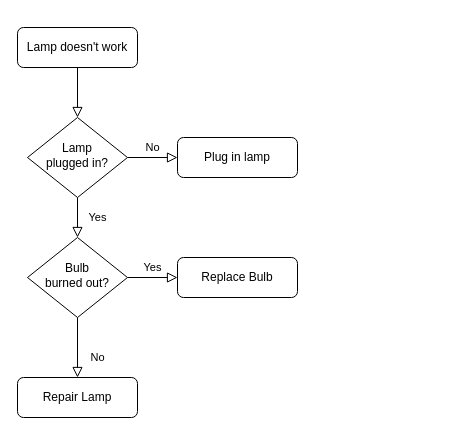
This is Test.drawio from mozss/LearnDiagramByDrawio, a draw.io file, before an edit. Source tidied: cells renumbered, new cells numbered last; positions are measured from the earlier drawing's top-left corner, leaving out a move shared by most shapes. Both pictures are drawn from the tidied source at 100%, with x=0, y=0 at pixel (17, 27).
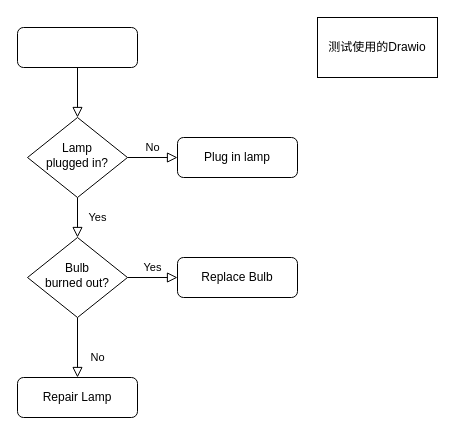
Above is the later version.

Change to the diagram source:
```diff
@@
 <mxGraphModel>
   <root>
     <mxCell id="0" />
     <mxCell id="1" parent="0" />
     <mxCell id="2" style="rounded=0;html=1;jettySize=auto;fontSize=11;endArrow=block;endFill=0;endSize=8;strokeWidth=1;shadow=0;labelBackgroundColor=none;edgeStyle=orthogonalEdgeStyle;" parent="1" edge="1" source="3" target="6">
       <mxGeometry relative="1" as="geometry" />
     </mxCell>
-    <mxCell id="3" value="Lamp doesn't work" style="rounded=1;whiteSpace=wrap;html=1;fontSize=12;glass=0;strokeWidth=1;shadow=0;" parent="1" vertex="1">
+    <mxCell id="3" style="rounded=1;whiteSpace=wrap;html=1;fontSize=12;glass=0;strokeWidth=1;shadow=0;" parent="1" vertex="1">
       <mxGeometry width="120" height="40" as="geometry" />
     </mxCell>
     <mxCell id="4" value="Yes" style="rounded=0;html=1;jettySize=auto;fontSize=11;endArrow=block;endFill=0;endSize=8;strokeWidth=1;shadow=0;labelBackgroundColor=none;edgeStyle=orthogonalEdgeStyle;" parent="1" edge="1" source="6" target="10">
       <mxGeometry y="20" relative="1" as="geometry" />
     </mxCell>
     <mxCell id="5" value="No" style="edgeStyle=orthogonalEdgeStyle;rounded=0;html=1;jettySize=auto;fontSize=11;endArrow=block;endFill=0;endSize=8;strokeWidth=1;shadow=0;labelBackgroundColor=none;" parent="1" edge="1" source="6" target="7">
       <mxGeometry y="10" relative="1" as="geometry" />
     </mxCell>
     <mxCell id="6" value="Lamp&lt;br&gt;plugged in?" style="rhombus;whiteSpace=wrap;html=1;shadow=0;fontFamily=Helvetica;fontSize=12;align=center;strokeWidth=1;spacing=6;spacingTop=-4;" parent="1" vertex="1">
       <mxGeometry x="10" y="90" width="100" height="80" as="geometry" />
     </mxCell>
     <mxCell id="7" value="Plug in lamp" style="rounded=1;whiteSpace=wrap;html=1;fontSize=12;glass=0;strokeWidth=1;shadow=0;" parent="1" vertex="1">
       <mxGeometry x="160" y="110" width="120" height="40" as="geometry" />
     </mxCell>
     <mxCell id="8" value="No" style="rounded=0;html=1;jettySize=auto;fontSize=11;endArrow=block;endFill=0;endSize=8;strokeWidth=1;shadow=0;labelBackgroundColor=none;edgeStyle=orthogonalEdgeStyle;" parent="1" edge="1" source="10" target="11">
       <mxGeometry x="0.33" y="20" relative="1" as="geometry" />
     </mxCell>
     <mxCell id="9" value="Yes" style="edgeStyle=orthogonalEdgeStyle;rounded=0;html=1;jettySize=auto;fontSize=11;endArrow=block;endFill=0;endSize=8;strokeWidth=1;shadow=0;labelBackgroundColor=none;" parent="1" edge="1" source="10" target="12">
       <mxGeometry y="10" relative="1" as="geometry" />
     </mxCell>
     <mxCell id="10" value="Bulb&lt;br&gt;burned out?" style="rhombus;whiteSpace=wrap;html=1;shadow=0;fontFamily=Helvetica;fontSize=12;align=center;strokeWidth=1;spacing=6;spacingTop=-4;" parent="1" vertex="1">
       <mxGeometry x="10" y="210" width="100" height="80" as="geometry" />
     </mxCell>
     <mxCell id="11" value="Repair Lamp" style="rounded=1;whiteSpace=wrap;html=1;fontSize=12;glass=0;strokeWidth=1;shadow=0;" parent="1" vertex="1">
       <mxGeometry y="350" width="120" height="40" as="geometry" />
     </mxCell>
     <mxCell id="12" value="Replace Bulb" style="rounded=1;whiteSpace=wrap;html=1;fontSize=12;glass=0;strokeWidth=1;shadow=0;" parent="1" vertex="1">
       <mxGeometry x="160" y="230" width="120" height="40" as="geometry" />
     </mxCell>
+    <mxCell id="13" value="测试使用的Drawio" style="rounded=0;whiteSpace=wrap;html=1;" parent="1" vertex="1">
+      <mxGeometry x="300" y="-10" width="120" height="60" as="geometry" />
+    </mxCell>
   </root>
 </mxGraphModel>
```
